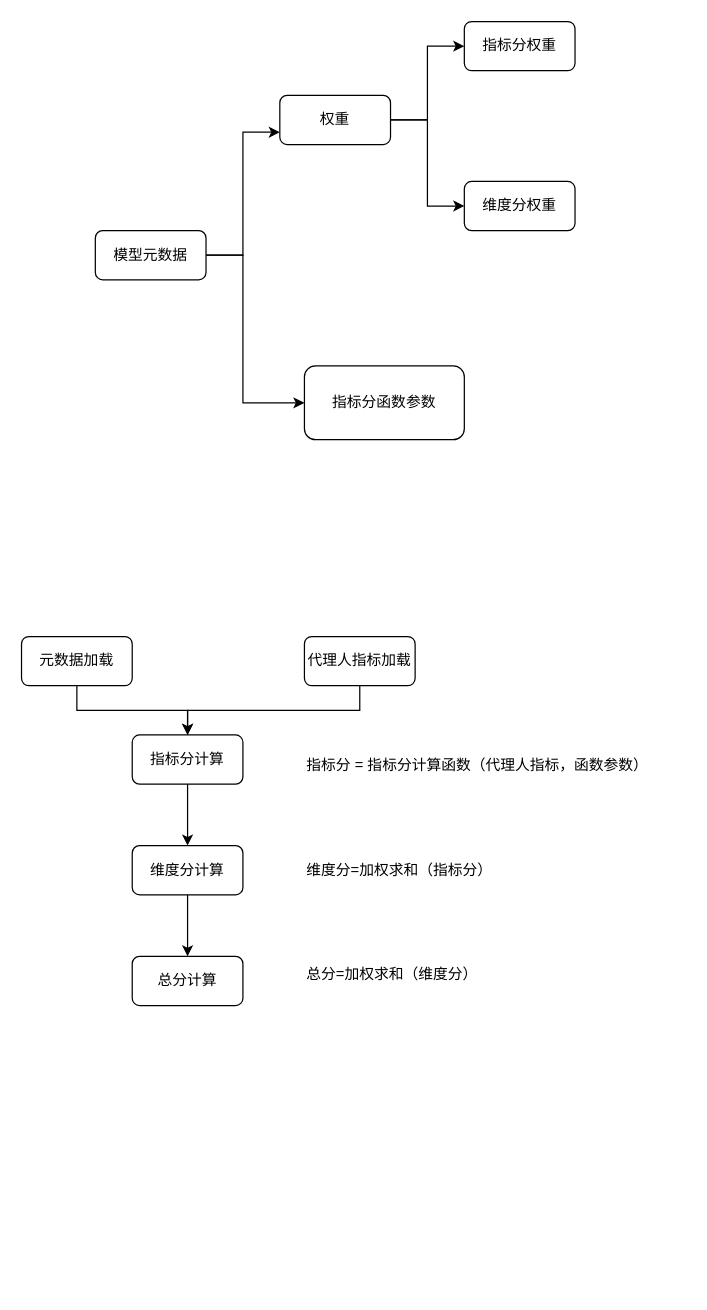
Earlier version of the draw.io diagram 友邦/总分计算.drawio (XiaoLiuAI/diagrams). Source tidied: cells renumbered, new cells numbered last; positions are measured from the earlier drawing's top-left corner, leaving out a move shared by most shapes. Both pictures are drawn from the tidied source at 123%, with x=0, y=0 at pixel (21, 21).
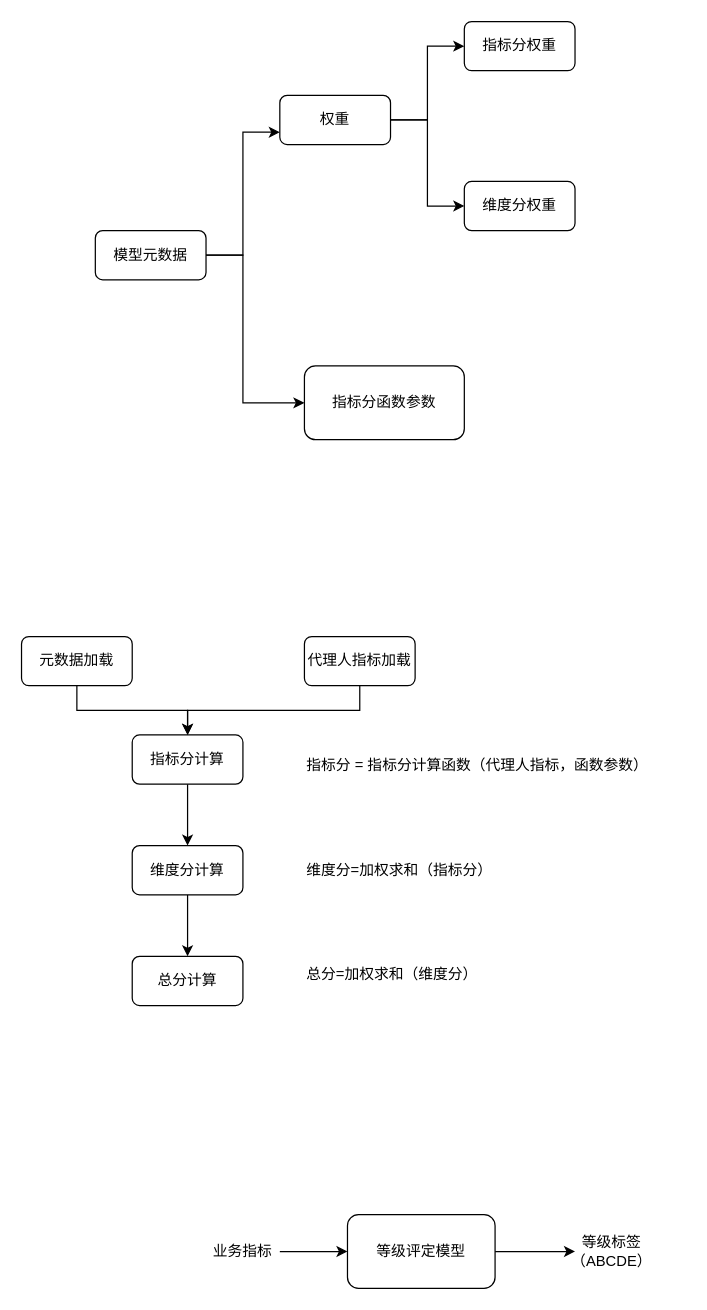
The same page after the edit.

What changed in the source:
```diff
@@
+    <mxCell id="23" style="edgeStyle=orthogonalEdgeStyle;rounded=0;jettySize=auto;html=1;" parent="1" edge="1" source="24" target="27">
+      <mxGeometry relative="1" as="geometry" />
+    </mxCell>
+    <mxCell id="24" value="等级评定模型" style="rounded=1;whiteSpace=wrap;html=1;" parent="1" vertex="1">
+      <mxGeometry x="265" y="970" width="120" height="60" as="geometry" />
+    </mxCell>
+    <mxCell id="25" style="edgeStyle=orthogonalEdgeStyle;rounded=0;jettySize=auto;html=1;" parent="1" edge="1" source="26" target="24">
+      <mxGeometry relative="1" as="geometry" />
+    </mxCell>
+    <mxCell id="26" value="业务指标" style="text;html=1;strokeColor=none;fillColor=none;align=center;verticalAlign=middle;whiteSpace=wrap;rounded=0;" parent="1" vertex="1">
+      <mxGeometry x="150" y="985" width="60" height="30" as="geometry" />
+    </mxCell>
+    <mxCell id="27" value="等级标签（ABCDE）" style="text;html=1;strokeColor=none;fillColor=none;align=center;verticalAlign=middle;whiteSpace=wrap;rounded=0;" parent="1" vertex="1">
+      <mxGeometry x="450" y="985" width="60" height="30" as="geometry" />
+    </mxCell>
```
